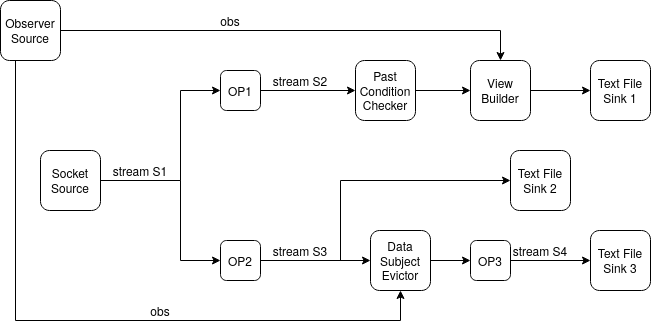
Before: docs/images/chapter3/greatSellerPriv.png, a diagram exported from draw.io (cablan/thesis). Source tidied: cells renumbered, new cells last; positions are measured from the earlier drawing's top-left corner, leaving out a move shared by most shapes.
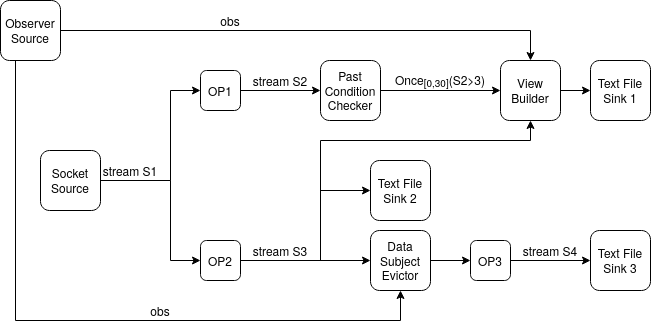
The same file after the commit.

What changed in the source:
```diff
@@ -6,16 +6,16 @@
       <mxGeometry x="40" y="150" width="60" height="60" as="geometry" />
     </mxCell>
     <mxCell id="3" value="OP2" style="rounded=1;whiteSpace=wrap;html=1;" parent="1" vertex="1">
-      <mxGeometry x="220" y="240" width="40" height="40" as="geometry" />
+      <mxGeometry x="200" y="240" width="40" height="40" as="geometry" />
     </mxCell>
     <mxCell id="4" value="OP1" style="rounded=1;html=1;whiteSpace=wrap;" parent="1" vertex="1">
-      <mxGeometry x="220" y="70" width="40" height="40" as="geometry" />
+      <mxGeometry x="200" y="70" width="40" height="40" as="geometry" />
     </mxCell>
     <mxCell id="5" value="Text File Sink 1" style="rounded=1;whiteSpace=wrap;html=1;" parent="1" vertex="1">
       <mxGeometry x="590" y="60" width="60" height="60" as="geometry" />
     </mxCell>
     <mxCell id="6" value="Text File Sink 2" style="rounded=1;whiteSpace=wrap;html=1;" parent="1" vertex="1">
-      <mxGeometry x="510" y="150" width="60" height="60" as="geometry" />
+      <mxGeometry x="370" y="160" width="60" height="60" as="geometry" />
     </mxCell>
     <mxCell id="7" value="Text File Sink 3" style="rounded=1;whiteSpace=wrap;html=1;" parent="1" vertex="1">
       <mxGeometry x="590" y="230" width="60" height="60" as="geometry" />
@@ -26,8 +26,8 @@
     <mxCell id="9" style="endArrow=classic;html=1;entryX=0;entryY=0.5;entryDx=0;entryDy=0;exitX=1;exitY=0.5;exitDx=0;exitDy=0;rounded=0;" parent="1" edge="1" source="2" target="3">
       <mxGeometry relative="1" as="geometry">
         <Array as="points">
-          <mxPoint x="180" y="180" />
-          <mxPoint x="180" y="260" />
+          <mxPoint x="170" y="180" />
+          <mxPoint x="170" y="260" />
         </Array>
       </mxGeometry>
     </mxCell>
@@ -41,28 +41,28 @@
       <mxGeometry relative="1" as="geometry" />
     </mxCell>
     <mxCell id="13" value="stream S1" style="text;html=1;strokeColor=none;fillColor=none;align=center;verticalAlign=middle;whiteSpace=wrap;rounded=0;rotation=0;" parent="1" vertex="1">
-      <mxGeometry x="110" y="160" width="60" height="20" as="geometry" />
+      <mxGeometry x="100" y="160" width="60" height="20" as="geometry" />
     </mxCell>
     <mxCell id="14" value="stream S2" style="text;html=1;strokeColor=none;fillColor=none;align=center;verticalAlign=middle;whiteSpace=wrap;rounded=0;rotation=0;" parent="1" vertex="1">
-      <mxGeometry x="270" y="70" width="60" height="20" as="geometry" />
+      <mxGeometry x="250" y="70" width="60" height="20" as="geometry" />
     </mxCell>
     <mxCell id="15" value="stream S3" style="text;html=1;strokeColor=none;fillColor=none;align=center;verticalAlign=middle;whiteSpace=wrap;rounded=0;rotation=0;" parent="1" vertex="1">
-      <mxGeometry x="270" y="240" width="60" height="20" as="geometry" />
+      <mxGeometry x="250" y="240" width="60" height="20" as="geometry" />
     </mxCell>
     <mxCell id="16" value="stream S4" style="text;html=1;strokeColor=none;fillColor=none;align=center;verticalAlign=middle;whiteSpace=wrap;rounded=0;rotation=0;" parent="1" vertex="1">
-      <mxGeometry x="510" y="240" width="60" height="20" as="geometry" />
+      <mxGeometry x="520" y="240" width="60" height="20" as="geometry" />
     </mxCell>
     <mxCell id="17" style="edgeStyle=elbowEdgeStyle;elbow=horizontal;endArrow=classic;html=1;exitX=1;exitY=0.5;exitDx=0;exitDy=0;entryX=0;entryY=0.5;entryDx=0;entryDy=0;rounded=0;" parent="1" edge="1" source="2" target="4">
       <mxGeometry relative="1" as="geometry">
         <Array as="points">
-          <mxPoint x="180" y="140" />
+          <mxPoint x="170" y="140" />
         </Array>
       </mxGeometry>
     </mxCell>
     <mxCell id="18" style="edgeStyle=elbowEdgeStyle;elbow=horizontal;endArrow=classic;html=1;exitX=1;exitY=0.5;exitDx=0;exitDy=0;entryX=0;entryY=0.5;entryDx=0;entryDy=0;rounded=0;" parent="1" edge="1" source="3" target="6">
       <mxGeometry relative="1" as="geometry">
         <Array as="points">
-          <mxPoint x="340" y="220" />
+          <mxPoint x="320" y="230" />
         </Array>
       </mxGeometry>
     </mxCell>
@@ -73,13 +73,13 @@
       <mxGeometry relative="1" as="geometry" />
     </mxCell>
     <mxCell id="21" value="Past Condition Checker" style="rounded=1;whiteSpace=wrap;html=1;" parent="1" vertex="1">
-      <mxGeometry x="355" y="60" width="60" height="60" as="geometry" />
+      <mxGeometry x="320" y="60" width="60" height="60" as="geometry" />
     </mxCell>
     <mxCell id="22" style="endArrow=classic;html=1;exitX=1;exitY=0.5;exitDx=0;exitDy=0;entryX=0;entryY=0.5;entryDx=0;entryDy=0;" parent="1" edge="1" source="4" target="21">
       <mxGeometry relative="1" as="geometry" />
     </mxCell>
     <mxCell id="23" value="View Builder" style="rounded=1;whiteSpace=wrap;html=1;" parent="1" vertex="1">
-      <mxGeometry x="470" y="60" width="60" height="60" as="geometry" />
+      <mxGeometry x="500" y="60" width="60" height="60" as="geometry" />
     </mxCell>
     <mxCell id="24" style="endArrow=classic;html=1;exitX=1;exitY=0.5;exitDx=0;exitDy=0;entryX=0;entryY=0.5;entryDx=0;entryDy=0;" parent="1" edge="1" source="21" target="23">
       <mxGeometry relative="1" as="geometry" />
@@ -90,7 +90,7 @@
     <mxCell id="26" style="endArrow=classic;html=1;exitX=1;exitY=0.5;exitDx=0;exitDy=0;entryX=0.5;entryY=0;entryDx=0;entryDy=0;rounded=0;" parent="1" edge="1" source="25" target="23">
       <mxGeometry relative="1" as="geometry">
         <Array as="points">
-          <mxPoint x="500" y="30" />
+          <mxPoint x="530" y="30" />
         </Array>
       </mxGeometry>
     </mxCell>
@@ -108,5 +108,17 @@
     <mxCell id="29" value="obs" style="text;html=1;strokeColor=none;fillColor=none;align=center;verticalAlign=middle;whiteSpace=wrap;rounded=0;" parent="1" vertex="1">
       <mxGeometry x="140" y="300" width="40" height="20" as="geometry" />
     </mxCell>
+    <mxCell id="30" style="endArrow=classic;html=1;exitX=1;exitY=0.5;exitDx=0;exitDy=0;entryX=0.5;entryY=1;entryDx=0;entryDy=0;rounded=0;" parent="1" edge="1" source="3" target="23">
+      <mxGeometry relative="1" as="geometry">
+        <Array as="points">
+          <mxPoint x="320" y="260" />
+          <mxPoint x="320" y="140" />
+          <mxPoint x="530" y="140" />
+        </Array>
+      </mxGeometry>
+    </mxCell>
+    <mxCell id="31" value="Once&lt;sub&gt;[0,30]&lt;/sub&gt;(S2&amp;gt;3)" style="text;html=1;strokeColor=none;fillColor=none;align=center;verticalAlign=middle;whiteSpace=wrap;rounded=0;" parent="1" vertex="1">
+      <mxGeometry x="380" y="70" width="120" height="20" as="geometry" />
+    </mxCell>
   </root>
 </mxGraphModel>
```
